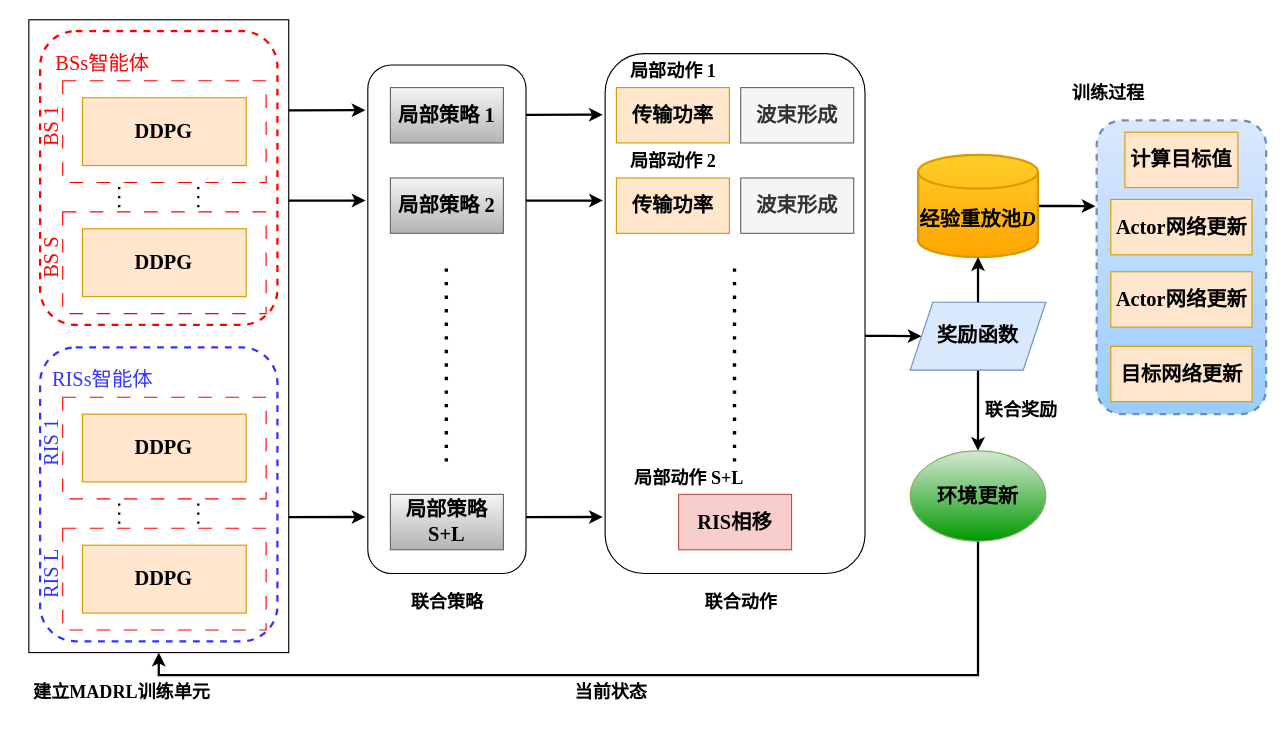
The draw.io diagram MADRL架构.drawio in gougemidi/xiao, before the edit. Source tidied: cells renumbered, new cells numbered last; positions are measured from the earlier drawing's top-left corner, leaving out a move shared by most shapes. Both pictures are drawn from the tidied source at 113%, with x=0, y=0 at pixel (11, 19).
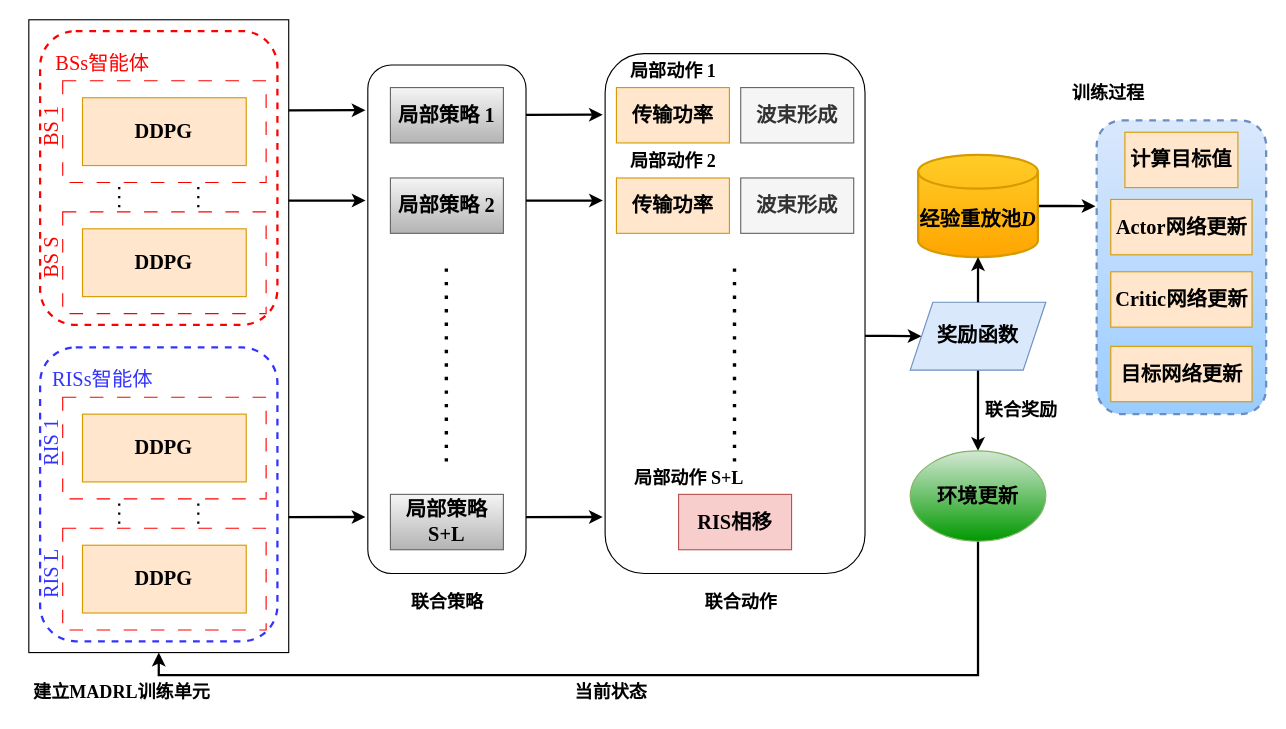
After the change.

Change to the diagram source:
```diff
@@
-    <mxCell id="67" value="&lt;font size=&quot;4&quot; face=&quot;Times New Roman&quot;&gt;&lt;b&gt;Actor网络更新&lt;/b&gt;&lt;/font&gt;" style="rounded=0;whiteSpace=wrap;html=1;fillColor=#ffe6cc;strokeColor=#d79b00;" parent="1" vertex="1">
+    <mxCell id="67" value="&lt;font size=&quot;4&quot; face=&quot;Times New Roman&quot;&gt;&lt;b&gt;Critic网络更新&lt;/b&gt;&lt;/font&gt;" style="rounded=0;whiteSpace=wrap;html=1;fillColor=#ffe6cc;strokeColor=#d79b00;" parent="1" vertex="1">
       <mxGeometry x="972.5" y="223" width="125" height="49" as="geometry" />
     </mxCell>
```
